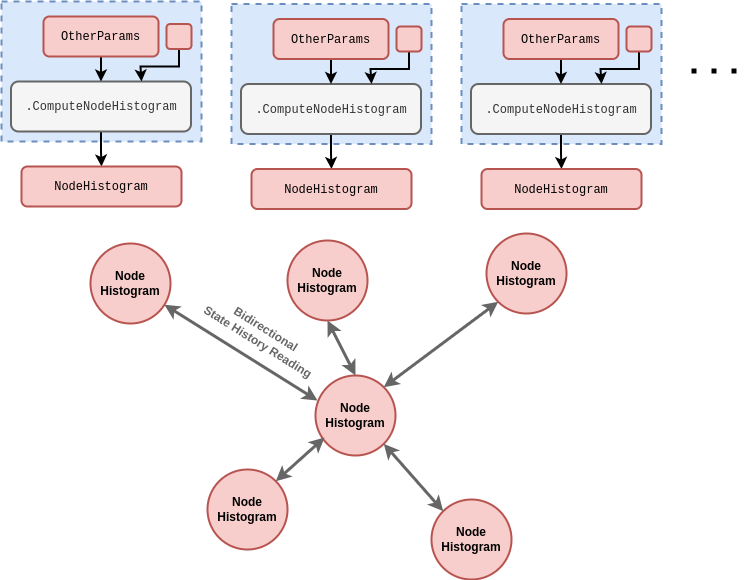
Above: assets/dexetera/dexetera-network-state-partition-graph.drawio.png in umbralcalc/umbralcalc.github.io (draw.io), before the change. Source tidied: cells renumbered, new cells last; positions are measured from the earlier drawing's top-left corner, leaving out a move shared by most shapes.
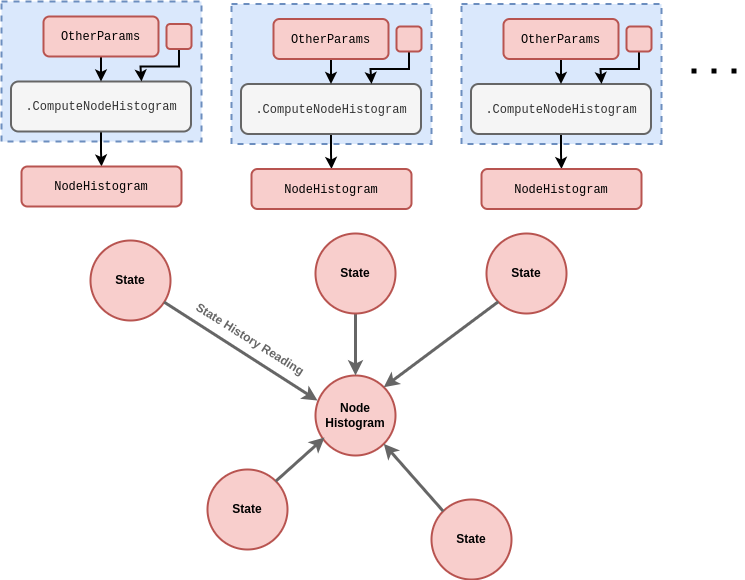
Later version of the same file.

Diff of the diagram source:
```diff
@@ -5,36 +5,36 @@
     <mxCell id="2" value="&lt;b&gt;Node&lt;/b&gt;&lt;div&gt;&lt;b&gt;Histogram&lt;/b&gt;&lt;/div&gt;" style="ellipse;whiteSpace=wrap;html=1;fillColor=#f8cecc;strokeColor=#b85450;strokeWidth=2;" parent="1" vertex="1">
       <mxGeometry x="314" y="374" width="80" height="80" as="geometry" />
     </mxCell>
-    <mxCell id="3" value="&lt;b&gt;Node&lt;/b&gt;&lt;div&gt;&lt;b&gt;Histogram&lt;/b&gt;&lt;/div&gt;" style="ellipse;whiteSpace=wrap;html=1;fillColor=#f8cecc;strokeColor=#b85450;strokeWidth=2;" parent="1" vertex="1">
+    <mxCell id="3" value="&lt;b&gt;State&lt;/b&gt;" style="ellipse;whiteSpace=wrap;html=1;fillColor=#f8cecc;strokeColor=#b85450;strokeWidth=2;" parent="1" vertex="1">
       <mxGeometry x="206" y="468" width="80" height="80" as="geometry" />
     </mxCell>
-    <mxCell id="4" style="endArrow=classic;startArrow=classic;html=1;rounded=0;entryX=0;entryY=0.5;entryDx=0;entryDy=0;strokeWidth=3;exitX=0.5;exitY=1;exitDx=0;exitDy=0;fillColor=#f5f5f5;strokeColor=#666666;" parent="1" edge="1" source="9">
+    <mxCell id="4" style="endArrow=classic;startArrow=none;html=1;rounded=0;entryX=0;entryY=0.5;entryDx=0;entryDy=0;strokeWidth=3;exitX=0.5;exitY=1;exitDx=0;exitDy=0;fillColor=#f5f5f5;strokeColor=#666666;startFill=0;" parent="1" edge="1" source="9">
       <mxGeometry relative="1" as="geometry">
         <mxPoint x="354" y="374" as="targetPoint" />
       </mxGeometry>
     </mxCell>
-    <mxCell id="5" value="&lt;b&gt;Node&lt;/b&gt;&lt;div&gt;&lt;b&gt;Histogram&lt;/b&gt;&lt;/div&gt;" style="ellipse;whiteSpace=wrap;html=1;fillColor=#f8cecc;strokeColor=#b85450;strokeWidth=2;" parent="1" vertex="1">
+    <mxCell id="5" value="&lt;b&gt;State&lt;/b&gt;" style="ellipse;whiteSpace=wrap;html=1;fillColor=#f8cecc;strokeColor=#b85450;strokeWidth=2;" parent="1" vertex="1">
       <mxGeometry x="430" y="498" width="80" height="80" as="geometry" />
     </mxCell>
-    <mxCell id="6" style="endArrow=classic;startArrow=classic;html=1;rounded=0;entryX=1;entryY=1;entryDx=0;entryDy=0;strokeWidth=3;exitX=0;exitY=0;exitDx=0;exitDy=0;fillColor=#f5f5f5;strokeColor=#666666;" parent="1" edge="1" source="5" target="2">
+    <mxCell id="6" style="endArrow=classic;startArrow=none;html=1;rounded=0;entryX=1;entryY=1;entryDx=0;entryDy=0;strokeWidth=3;exitX=0;exitY=0;exitDx=0;exitDy=0;fillColor=#f5f5f5;strokeColor=#666666;startFill=0;" parent="1" edge="1" source="5" target="2">
       <mxGeometry relative="1" as="geometry" />
     </mxCell>
-    <mxCell id="7" value="&lt;b&gt;Node&lt;/b&gt;&lt;div&gt;&lt;b&gt;Histogram&lt;/b&gt;&lt;/div&gt;" style="ellipse;whiteSpace=wrap;html=1;fillColor=#f8cecc;strokeColor=#b85450;strokeWidth=2;" parent="1" vertex="1">
+    <mxCell id="7" value="&lt;b&gt;State&lt;/b&gt;" style="ellipse;whiteSpace=wrap;html=1;fillColor=#f8cecc;strokeColor=#b85450;strokeWidth=2;" parent="1" vertex="1">
       <mxGeometry x="485" y="232" width="80" height="80" as="geometry" />
     </mxCell>
-    <mxCell id="8" value="&lt;b&gt;Node&lt;/b&gt;&lt;div&gt;&lt;b&gt;Histogram&lt;/b&gt;&lt;/div&gt;" style="ellipse;whiteSpace=wrap;html=1;fillColor=#f8cecc;strokeColor=#b85450;strokeWidth=2;" parent="1" vertex="1">
-      <mxGeometry x="89" y="242" width="80" height="80" as="geometry" />
+    <mxCell id="8" value="&lt;b&gt;State&lt;/b&gt;" style="ellipse;whiteSpace=wrap;html=1;fillColor=#f8cecc;strokeColor=#b85450;strokeWidth=2;" parent="1" vertex="1">
+      <mxGeometry x="89" y="239" width="80" height="80" as="geometry" />
     </mxCell>
-    <mxCell id="9" value="&lt;b&gt;Node&lt;/b&gt;&lt;div&gt;&lt;b&gt;Histogram&lt;/b&gt;&lt;/div&gt;" style="ellipse;whiteSpace=wrap;html=1;fillColor=#f8cecc;strokeColor=#b85450;strokeWidth=2;" parent="1" vertex="1">
-      <mxGeometry x="286" y="239" width="80" height="80" as="geometry" />
+    <mxCell id="9" value="&lt;b&gt;State&lt;/b&gt;" style="ellipse;whiteSpace=wrap;html=1;fillColor=#f8cecc;strokeColor=#b85450;strokeWidth=2;" parent="1" vertex="1">
+      <mxGeometry x="314" y="232" width="80" height="80" as="geometry" />
     </mxCell>
-    <mxCell id="10" style="endArrow=classic;startArrow=classic;html=1;rounded=0;entryX=1;entryY=0;entryDx=0;entryDy=0;strokeWidth=3;exitX=0;exitY=1;exitDx=0;exitDy=0;fillColor=#f5f5f5;strokeColor=#666666;" parent="1" edge="1" source="7" target="2">
+    <mxCell id="10" style="endArrow=classic;startArrow=none;html=1;rounded=0;entryX=1;entryY=0;entryDx=0;entryDy=0;strokeWidth=3;exitX=0;exitY=1;exitDx=0;exitDy=0;fillColor=#f5f5f5;strokeColor=#666666;startFill=0;" parent="1" edge="1" source="7" target="2">
       <mxGeometry relative="1" as="geometry" />
     </mxCell>
-    <mxCell id="11" style="endArrow=classic;startArrow=classic;html=1;rounded=0;entryX=0.025;entryY=0.313;entryDx=0;entryDy=0;strokeWidth=3;entryPerimeter=0;fillColor=#f5f5f5;strokeColor=#666666;" parent="1" edge="1" source="8" target="2">
+    <mxCell id="11" style="endArrow=classic;startArrow=none;html=1;rounded=0;entryX=0.025;entryY=0.313;entryDx=0;entryDy=0;strokeWidth=3;entryPerimeter=0;fillColor=#f5f5f5;strokeColor=#666666;endFill=1;startFill=0;" parent="1" edge="1" source="8" target="2">
       <mxGeometry relative="1" as="geometry" />
     </mxCell>
-    <mxCell id="12" style="endArrow=classic;startArrow=classic;html=1;rounded=0;entryX=1;entryY=0;entryDx=0;entryDy=0;strokeWidth=3;exitX=0.113;exitY=0.775;exitDx=0;exitDy=0;exitPerimeter=0;fillColor=#f5f5f5;strokeColor=#666666;" parent="1" edge="1" source="2" target="3">
+    <mxCell id="12" style="endArrow=none;startArrow=classic;html=1;rounded=0;entryX=1;entryY=0;entryDx=0;entryDy=0;strokeWidth=3;exitX=0.113;exitY=0.775;exitDx=0;exitDy=0;exitPerimeter=0;fillColor=#f5f5f5;strokeColor=#666666;startFill=1;endFill=0;" parent="1" edge="1" source="2" target="3">
       <mxGeometry relative="1" as="geometry" />
     </mxCell>
     <mxCell id="13" style="rounded=0;whiteSpace=wrap;html=1;dashed=1;strokeWidth=2;fillColor=#dae8fc;strokeColor=#6c8ebf;" parent="1" vertex="1">
@@ -136,8 +136,8 @@
         <mxPoint x="740" y="69.5" as="targetPoint" />
       </mxGeometry>
     </mxCell>
-    <mxCell id="38" value="&lt;div&gt;&lt;b style=&quot;background-color: initial;&quot;&gt;&lt;font color=&quot;#666666&quot;&gt;Bidirectional&lt;/font&gt;&lt;/b&gt;&lt;br&gt;&lt;/div&gt;&lt;div&gt;&lt;b&gt;&lt;font color=&quot;#666666&quot;&gt;State History&amp;nbsp;&lt;/font&gt;&lt;/b&gt;&lt;b style=&quot;background-color: initial;&quot;&gt;&lt;font color=&quot;#666666&quot;&gt;Reading&lt;/font&gt;&lt;/b&gt;&lt;/div&gt;" style="text;html=1;align=center;verticalAlign=middle;whiteSpace=wrap;rounded=0;rotation=32;" parent="1" vertex="1">
-      <mxGeometry x="176" y="319" width="169.5" height="30" as="geometry" />
+    <mxCell id="38" value="&lt;div&gt;&lt;b style=&quot;background-color: initial;&quot;&gt;&lt;font color=&quot;#666666&quot;&gt;State History&amp;nbsp;&lt;/font&gt;&lt;/b&gt;&lt;b style=&quot;background-color: initial;&quot;&gt;&lt;font color=&quot;#666666&quot;&gt;Reading&lt;/font&gt;&lt;/b&gt;&lt;br&gt;&lt;/div&gt;" style="text;html=1;align=center;verticalAlign=middle;whiteSpace=wrap;rounded=0;rotation=32;" parent="1" vertex="1">
+      <mxGeometry x="164" y="323" width="169.5" height="30" as="geometry" />
     </mxCell>
   </root>
 </mxGraphModel>
```
